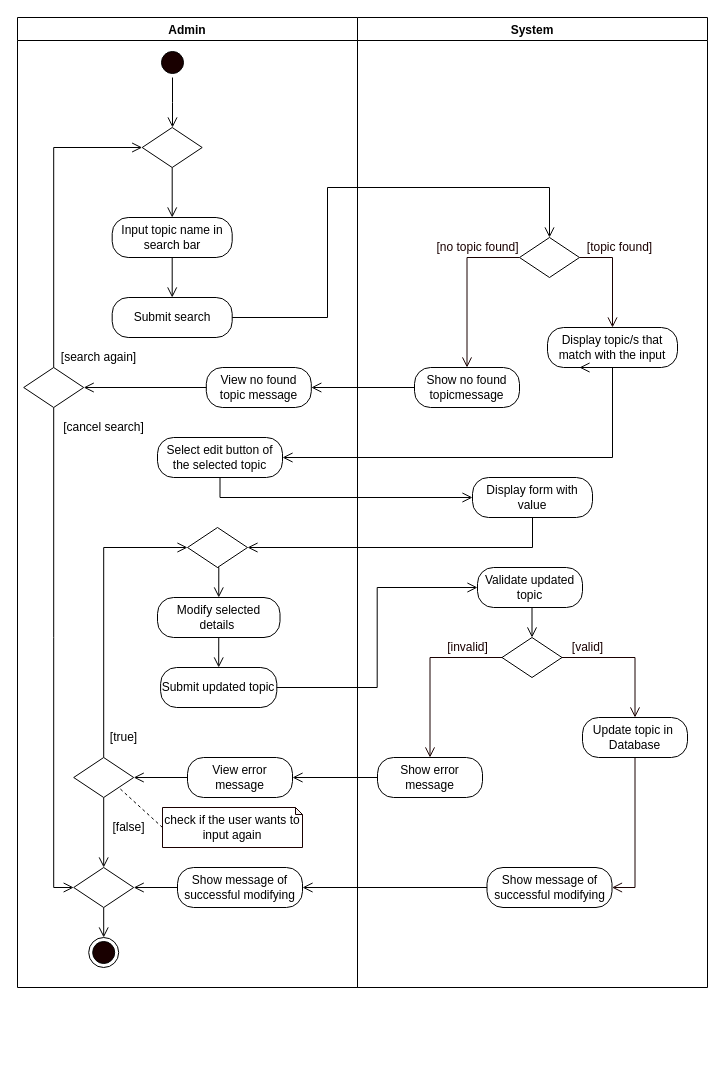
mrklglsn/CAPSTONE-FILES keeps this draw.io diagram as page "Edit Topic" (5 of 12) of REVISIONS/UML-DIAGRAMS/6-28-2021/ACTIVITY DIAGRAM/ACTIVITY DIAGRAM2.drawio. Above is the earlier version. Source tidied: cells renumbered, new cells numbered last; positions are measured from the earlier drawing's top-left corner, leaving out a move shared by most shapes. Both pictures are drawn from the tidied source at 100%, with x=0, y=0 at pixel (17, 17).
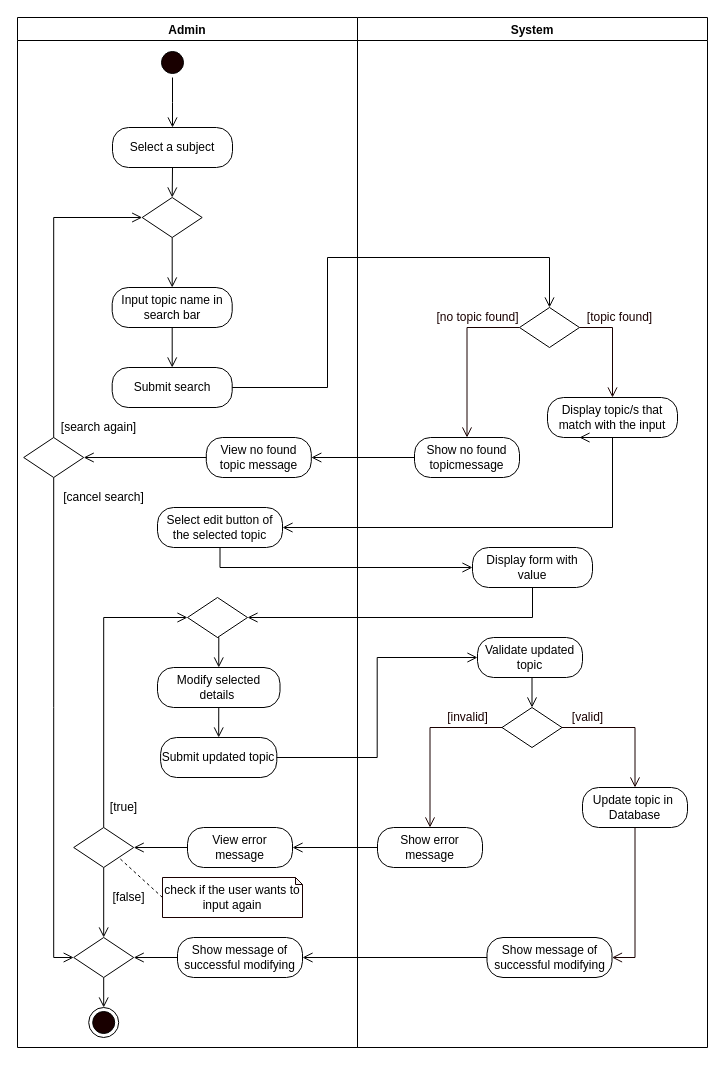
After the change.

Diff of the diagram source:
```diff
@@
     <mxCell id="2" value="Admin" style="swimlane;startSize=23;" parent="1" vertex="1">
-      <mxGeometry width="340" height="970" as="geometry" />
+      <mxGeometry width="340" height="1030" as="geometry" />
     </mxCell>
@@
     <mxCell id="6" value="Modify selected details&amp;nbsp;" style="rounded=1;whiteSpace=wrap;html=1;arcSize=40;" parent="2" vertex="1">
-      <mxGeometry x="140" y="580" width="122.5" height="40" as="geometry" />
+      <mxGeometry x="140" y="650" width="122.5" height="40" as="geometry" />
     </mxCell>
     <mxCell id="7" value="Submit updated topic" style="rounded=1;whiteSpace=wrap;html=1;arcSize=40;" parent="2" vertex="1">
-      <mxGeometry x="143.1" y="650" width="116.2" height="40" as="geometry" />
+      <mxGeometry x="143.1" y="720" width="116.2" height="40" as="geometry" />
     </mxCell>
@@
     <mxCell id="9" style="rhombus;whiteSpace=wrap;html=1;" parent="2" vertex="1">
-      <mxGeometry x="170" y="510" width="60" height="40" as="geometry" />
+      <mxGeometry x="170" y="580" width="60" height="40" as="geometry" />
     </mxCell>
@@
     <mxCell id="12" style="rhombus;whiteSpace=wrap;html=1;" parent="2" vertex="1">
-      <mxGeometry x="56.2" y="740" width="60" height="40" as="geometry" />
+      <mxGeometry x="56.2" y="810" width="60" height="40" as="geometry" />
     </mxCell>
     <mxCell id="13" value="[true]" style="text;html=1;align=center;verticalAlign=middle;strokeColor=none;" parent="2" vertex="1">
-      <mxGeometry x="86.2" y="710" width="40" height="20" as="geometry" />
+      <mxGeometry x="86.2" y="780" width="40" height="20" as="geometry" />
     </mxCell>
@@
     <mxCell id="15" value="check if the user wants to input again" style="shape=note;whiteSpace=wrap;html=1;backgroundOutline=1;darkOpacity=0.05;strokeColor=#190000;size=7;" parent="2" vertex="1">
-      <mxGeometry x="145" y="790" width="140" height="40" as="geometry" />
+      <mxGeometry x="145" y="860" width="140" height="40" as="geometry" />
     </mxCell>
     <mxCell id="16" value="[false]" style="text;html=1;align=center;verticalAlign=middle;strokeColor=none;" parent="2" vertex="1">
-      <mxGeometry x="86.2" y="800" width="50" height="20" as="geometry" />
+      <mxGeometry x="86.2" y="870" width="50" height="20" as="geometry" />
     </mxCell>
     <mxCell id="17" style="ellipse;html=1;shape=endState;fillColor=#190000;" parent="2" vertex="1">
-      <mxGeometry x="71.2" y="920" width="30" height="30" as="geometry" />
+      <mxGeometry x="71.2" y="990" width="30" height="30" as="geometry" />
     </mxCell>
@@
     <mxCell id="19" value="View error message" style="rounded=1;whiteSpace=wrap;html=1;arcSize=40;" parent="2" vertex="1">
-      <mxGeometry x="170" y="740" width="105" height="40" as="geometry" />
+      <mxGeometry x="170" y="810" width="105" height="40" as="geometry" />
     </mxCell>
@@
     <mxCell id="21" value="Show message of successful modifying" style="rounded=1;whiteSpace=wrap;html=1;arcSize=40;" parent="2" vertex="1">
-      <mxGeometry x="160" y="850" width="125" height="40" as="geometry" />
+      <mxGeometry x="160" y="920" width="125" height="40" as="geometry" />
     </mxCell>
@@
     <mxCell id="23" style="rhombus;whiteSpace=wrap;html=1;" parent="2" vertex="1">
-      <mxGeometry x="56.2" y="850" width="60" height="40" as="geometry" />
+      <mxGeometry x="56.2" y="920" width="60" height="40" as="geometry" />
     </mxCell>
     <mxCell id="24" value="Select edit button of the selected topic" style="rounded=1;whiteSpace=wrap;html=1;arcSize=40;" parent="2" vertex="1">
-      <mxGeometry x="140" y="420" width="125" height="40" as="geometry" />
+      <mxGeometry x="140" y="490" width="125" height="40" as="geometry" />
     </mxCell>
     <mxCell id="25" value="Submit search" style="rounded=1;whiteSpace=wrap;html=1;arcSize=40;" parent="2" vertex="1">
-      <mxGeometry x="94.7" y="280" width="120" height="40" as="geometry" />
+      <mxGeometry x="94.7" y="350" width="120" height="40" as="geometry" />
     </mxCell>
     <mxCell id="26" value="[search again]" style="text;html=1;align=center;verticalAlign=middle;strokeColor=none;rotation=0;" parent="2" vertex="1">
-      <mxGeometry x="36.2" y="330" width="90" height="20" as="geometry" />
+      <mxGeometry x="36.2" y="400" width="90" height="20" as="geometry" />
     </mxCell>
     <mxCell id="27" value="[cancel search]" style="text;html=1;align=center;verticalAlign=middle;strokeColor=none;rotation=0;" parent="2" vertex="1">
-      <mxGeometry x="36.2" y="400" width="100" height="20" as="geometry" />
+      <mxGeometry x="36.2" y="470" width="100" height="20" as="geometry" />
     </mxCell>
     <mxCell id="28" value="View no found topic message" style="rounded=1;whiteSpace=wrap;html=1;arcSize=40;" parent="2" vertex="1">
-      <mxGeometry x="188.8" y="350" width="105" height="40" as="geometry" />
+      <mxGeometry x="188.8" y="420" width="105" height="40" as="geometry" />
     </mxCell>
@@
     <mxCell id="30" style="rhombus;whiteSpace=wrap;html=1;" parent="2" vertex="1">
-      <mxGeometry x="6.2" y="350" width="60" height="40" as="geometry" />
+      <mxGeometry x="6.2" y="420" width="60" height="40" as="geometry" />
     </mxCell>
@@
-    <mxCell id="32" value="System" style="swimlane;" parent="1" vertex="1">
-      <mxGeometry x="340" width="350" height="970" as="geometry" />
-    </mxCell>
-    <mxCell id="33" value="Validate updated topic" style="rounded=1;whiteSpace=wrap;html=1;arcSize=40;" parent="32" vertex="1">
-      <mxGeometry x="120" y="550" width="105" height="40" as="geometry" />
+    <mxCell id="33" value="Validate updated topic" style="rounded=1;whiteSpace=wrap;html=1;arcSize=40;" parent="2" vertex="1">
+      <mxGeometry x="460" y="620" width="105" height="40" as="geometry" />
     </mxCell>
-    <mxCell id="34" style="rhombus;whiteSpace=wrap;html=1;" parent="32" vertex="1">
-      <mxGeometry x="144.5" y="620" width="60" height="40" as="geometry" />
+    <mxCell id="34" style="rhombus;whiteSpace=wrap;html=1;" parent="2" vertex="1">
+      <mxGeometry x="484.5" y="690" width="60" height="40" as="geometry" />
     </mxCell>
-    <mxCell id="35" style="edgeStyle=orthogonalEdgeStyle;rounded=0;jettySize=auto;html=1;exitX=0.5;exitY=1;exitDx=0;exitDy=0;entryX=0.5;entryY=0;entryDx=0;entryDy=0;endArrow=open;endFill=0;endSize=8;" parent="32" edge="1" source="33" target="34">
+    <mxCell id="35" style="edgeStyle=orthogonalEdgeStyle;rounded=0;jettySize=auto;html=1;exitX=0.5;exitY=1;exitDx=0;exitDy=0;entryX=0.5;entryY=0;entryDx=0;entryDy=0;endArrow=open;endFill=0;endSize=8;" parent="2" edge="1" source="33" target="34">
       <mxGeometry relative="1" as="geometry" />
     </mxCell>
-    <mxCell id="36" value="&lt;font color=&quot;#190000&quot;&gt;[valid]&lt;/font&gt;" style="text;html=1;align=center;verticalAlign=middle;strokeColor=none;fontColor=#FFFFFF;" parent="32" vertex="1">
-      <mxGeometry x="204.5" y="620" width="50" height="20" as="geometry" />
+    <mxCell id="36" value="&lt;font color=&quot;#190000&quot;&gt;[valid]&lt;/font&gt;" style="text;html=1;align=center;verticalAlign=middle;strokeColor=none;fontColor=#FFFFFF;" parent="2" vertex="1">
+      <mxGeometry x="544.5" y="690" width="50" height="20" as="geometry" />
     </mxCell>
-    <mxCell id="37" value="&lt;font color=&quot;#190000&quot;&gt;[invalid]&lt;/font&gt;" style="text;html=1;align=center;verticalAlign=middle;strokeColor=none;fontColor=#FFFFFF;" parent="32" vertex="1">
-      <mxGeometry x="80" y="620" width="60" height="20" as="geometry" />
+    <mxCell id="37" value="&lt;font color=&quot;#190000&quot;&gt;[invalid]&lt;/font&gt;" style="text;html=1;align=center;verticalAlign=middle;strokeColor=none;fontColor=#FFFFFF;" parent="2" vertex="1">
+      <mxGeometry x="420" y="690" width="60" height="20" as="geometry" />
     </mxCell>
-    <mxCell id="38" value="Show error message" style="rounded=1;whiteSpace=wrap;html=1;arcSize=40;" parent="32" vertex="1">
-      <mxGeometry x="20" y="740" width="105" height="40" as="geometry" />
+    <mxCell id="38" value="Show error message" style="rounded=1;whiteSpace=wrap;html=1;arcSize=40;" parent="2" vertex="1">
+      <mxGeometry x="360" y="810" width="105" height="40" as="geometry" />
     </mxCell>
-    <mxCell id="39" style="edgeStyle=orthogonalEdgeStyle;rounded=0;jettySize=auto;html=1;exitX=0.5;exitY=1;exitDx=0;exitDy=0;entryX=1;entryY=0.5;entryDx=0;entryDy=0;fontColor=#FFFFFF;endArrow=open;endFill=0;endSize=8;strokeColor=#190000;" parent="32" edge="1" source="40" target="43">
-      <mxGeometry relative="1" as="geometry" />
-    </mxCell>
-    <mxCell id="40" value="Update topic in&amp;nbsp; Database" style="rounded=1;whiteSpace=wrap;html=1;arcSize=40;" parent="32" vertex="1">
-      <mxGeometry x="225" y="700" width="105" height="40" as="geometry" />
+    <mxCell id="40" value="Update topic in&amp;nbsp; Database" style="rounded=1;whiteSpace=wrap;html=1;arcSize=40;" parent="2" vertex="1">
+      <mxGeometry x="565" y="770" width="105" height="40" as="geometry" />
     </mxCell>
-    <mxCell id="41" style="edgeStyle=orthogonalEdgeStyle;rounded=0;jettySize=auto;html=1;exitX=0;exitY=0.5;exitDx=0;exitDy=0;fontColor=#FFFFFF;endArrow=open;endFill=0;endSize=8;strokeColor=#190000;entryX=0.5;entryY=0;entryDx=0;entryDy=0;" parent="32" edge="1" source="34" target="38">
+    <mxCell id="41" style="edgeStyle=orthogonalEdgeStyle;rounded=0;jettySize=auto;html=1;exitX=0;exitY=0.5;exitDx=0;exitDy=0;fontColor=#FFFFFF;endArrow=open;endFill=0;endSize=8;strokeColor=#190000;entryX=0.5;entryY=0;entryDx=0;entryDy=0;" parent="2" edge="1" source="34" target="38">
       <mxGeometry relative="1" as="geometry" />
     </mxCell>
-    <mxCell id="42" style="edgeStyle=orthogonalEdgeStyle;rounded=0;jettySize=auto;html=1;exitX=1;exitY=0.5;exitDx=0;exitDy=0;fontColor=#FFFFFF;endArrow=open;endFill=0;endSize=8;strokeColor=#190000;entryX=0.5;entryY=0;entryDx=0;entryDy=0;" parent="32" edge="1" source="34" target="40">
+    <mxCell id="42" style="edgeStyle=orthogonalEdgeStyle;rounded=0;jettySize=auto;html=1;exitX=1;exitY=0.5;exitDx=0;exitDy=0;fontColor=#FFFFFF;endArrow=open;endFill=0;endSize=8;strokeColor=#190000;entryX=0.5;entryY=0;entryDx=0;entryDy=0;" parent="2" edge="1" source="34" target="40">
       <mxGeometry relative="1" as="geometry" />
     </mxCell>
-    <mxCell id="43" value="Show message of successful modifying" style="rounded=1;whiteSpace=wrap;html=1;arcSize=40;" parent="32" vertex="1">
-      <mxGeometry x="129.5" y="850" width="125" height="40" as="geometry" />
+    <mxCell id="43" value="Show message of successful modifying" style="rounded=1;whiteSpace=wrap;html=1;arcSize=40;" parent="2" vertex="1">
+      <mxGeometry x="469.5" y="920" width="125" height="40" as="geometry" />
     </mxCell>
-    <mxCell id="44" value="Display form with value" style="rounded=1;whiteSpace=wrap;html=1;arcSize=40;" parent="32" vertex="1">
-      <mxGeometry x="115" y="460" width="120" height="40" as="geometry" />
+    <mxCell id="44" value="Display form with value" style="rounded=1;whiteSpace=wrap;html=1;arcSize=40;" parent="2" vertex="1">
+      <mxGeometry x="455" y="530" width="120" height="40" as="geometry" />
     </mxCell>
-    <mxCell id="45" value="Show no found topicmessage" style="rounded=1;whiteSpace=wrap;html=1;arcSize=40;" parent="32" vertex="1">
-      <mxGeometry x="57" y="350" width="105" height="40" as="geometry" />
+    <mxCell id="45" value="Show no found topicmessage" style="rounded=1;whiteSpace=wrap;html=1;arcSize=40;" parent="2" vertex="1">
+      <mxGeometry x="397" y="420" width="105" height="40" as="geometry" />
     </mxCell>
-    <mxCell id="46" style="rhombus;whiteSpace=wrap;html=1;" parent="32" vertex="1">
-      <mxGeometry x="162" y="220" width="60" height="40" as="geometry" />
+    <mxCell id="46" style="rhombus;whiteSpace=wrap;html=1;" parent="2" vertex="1">
+      <mxGeometry x="502" y="290" width="60" height="40" as="geometry" />
     </mxCell>
-    <mxCell id="47" value="&lt;font color=&quot;#190000&quot;&gt;[topic found]&lt;/font&gt;" style="text;html=1;align=center;verticalAlign=middle;strokeColor=none;fontColor=#FFFFFF;" parent="32" vertex="1">
-      <mxGeometry x="222" y="220" width="80" height="20" as="geometry" />
+    <mxCell id="47" value="&lt;font color=&quot;#190000&quot;&gt;[topic found]&lt;/font&gt;" style="text;html=1;align=center;verticalAlign=middle;strokeColor=none;fontColor=#FFFFFF;" parent="2" vertex="1">
+      <mxGeometry x="562" y="290" width="80" height="20" as="geometry" />
     </mxCell>
-    <mxCell id="48" value="&lt;font color=&quot;#190000&quot;&gt;[no topic found]&lt;/font&gt;" style="text;html=1;align=center;verticalAlign=middle;strokeColor=none;fontColor=#FFFFFF;" parent="32" vertex="1">
-      <mxGeometry x="69.5" y="220" width="100" height="20" as="geometry" />
+    <mxCell id="48" value="&lt;font color=&quot;#190000&quot;&gt;[no topic found]&lt;/font&gt;" style="text;html=1;align=center;verticalAlign=middle;strokeColor=none;fontColor=#FFFFFF;" parent="2" vertex="1">
+      <mxGeometry x="409.5" y="290" width="100" height="20" as="geometry" />
     </mxCell>
-    <mxCell id="49" style="edgeStyle=orthogonalEdgeStyle;rounded=0;jettySize=auto;html=1;exitX=0;exitY=0.5;exitDx=0;exitDy=0;fontColor=#FFFFFF;endArrow=open;endFill=0;endSize=8;strokeColor=#190000;entryX=0.5;entryY=0;entryDx=0;entryDy=0;" parent="32" edge="1" source="46" target="45">
+    <mxCell id="49" style="edgeStyle=orthogonalEdgeStyle;rounded=0;jettySize=auto;html=1;exitX=0;exitY=0.5;exitDx=0;exitDy=0;fontColor=#FFFFFF;endArrow=open;endFill=0;endSize=8;strokeColor=#190000;entryX=0.5;entryY=0;entryDx=0;entryDy=0;" parent="2" edge="1" source="46" target="45">
       <mxGeometry relative="1" as="geometry" />
     </mxCell>
-    <mxCell id="50" value="Display topic/s that match with the input" style="rounded=1;whiteSpace=wrap;html=1;arcSize=40;" parent="32" vertex="1">
-      <mxGeometry x="190" y="310" width="130" height="40" as="geometry" />
+    <mxCell id="50" value="Display topic/s that match with the input" style="rounded=1;whiteSpace=wrap;html=1;arcSize=40;" parent="2" vertex="1">
+      <mxGeometry x="530" y="380" width="130" height="40" as="geometry" />
     </mxCell>
-    <mxCell id="51" style="edgeStyle=orthogonalEdgeStyle;rounded=0;jettySize=auto;html=1;exitX=1;exitY=0.5;exitDx=0;exitDy=0;fontColor=#FFFFFF;endArrow=open;endFill=0;endSize=8;strokeColor=#190000;entryX=0.5;entryY=0;entryDx=0;entryDy=0;" parent="32" edge="1" source="46" target="50">
+    <mxCell id="51" style="edgeStyle=orthogonalEdgeStyle;rounded=0;jettySize=auto;html=1;exitX=1;exitY=0.5;exitDx=0;exitDy=0;fontColor=#FFFFFF;endArrow=open;endFill=0;endSize=8;strokeColor=#190000;entryX=0.5;entryY=0;entryDx=0;entryDy=0;" parent="2" edge="1" source="46" target="50">
       <mxGeometry relative="1" as="geometry" />
     </mxCell>
-    <mxCell id="52" style="edgeStyle=orthogonalEdgeStyle;rounded=0;jettySize=auto;html=1;exitX=0.5;exitY=1;exitDx=0;exitDy=0;endArrow=open;endFill=0;endSize=8;entryX=1;entryY=0.5;entryDx=0;entryDy=0;" parent="1" edge="1" source="44" target="9">
+    <mxCell id="52" style="edgeStyle=orthogonalEdgeStyle;rounded=0;jettySize=auto;html=1;exitX=0.5;exitY=1;exitDx=0;exitDy=0;endArrow=open;endFill=0;endSize=8;entryX=1;entryY=0.5;entryDx=0;entryDy=0;" parent="2" edge="1" source="44" target="9">
       <mxGeometry relative="1" as="geometry" />
     </mxCell>
-    <mxCell id="53" style="edgeStyle=orthogonalEdgeStyle;rounded=0;jettySize=auto;html=1;exitX=1;exitY=0.5;exitDx=0;exitDy=0;entryX=0;entryY=0.5;entryDx=0;entryDy=0;endArrow=open;endFill=0;endSize=8;" parent="1" edge="1" source="7" target="33">
+    <mxCell id="53" style="edgeStyle=orthogonalEdgeStyle;rounded=0;jettySize=auto;html=1;exitX=1;exitY=0.5;exitDx=0;exitDy=0;entryX=0;entryY=0.5;entryDx=0;entryDy=0;endArrow=open;endFill=0;endSize=8;" parent="2" edge="1" source="7" target="33">
       <mxGeometry relative="1" as="geometry" />
     </mxCell>
+    <mxCell id="39" style="edgeStyle=orthogonalEdgeStyle;rounded=0;jettySize=auto;html=1;exitX=0.5;exitY=1;exitDx=0;exitDy=0;entryX=1;entryY=0.5;entryDx=0;entryDy=0;fontColor=#FFFFFF;endArrow=open;endFill=0;endSize=8;strokeColor=#190000;" parent="2" edge="1" source="40" target="43">
+      <mxGeometry relative="1" as="geometry" />
+    </mxCell>
-    <mxCell id="54" style="edgeStyle=orthogonalEdgeStyle;rounded=0;jettySize=auto;html=1;exitX=0;exitY=0.5;exitDx=0;exitDy=0;entryX=1;entryY=0.5;entryDx=0;entryDy=0;endArrow=open;endFill=0;endSize=8;" parent="1" edge="1" source="38" target="19">
+    <mxCell id="54" style="edgeStyle=orthogonalEdgeStyle;rounded=0;jettySize=auto;html=1;exitX=0;exitY=0.5;exitDx=0;exitDy=0;entryX=1;entryY=0.5;entryDx=0;entryDy=0;endArrow=open;endFill=0;endSize=8;" parent="2" edge="1" source="38" target="19">
       <mxGeometry relative="1" as="geometry" />
     </mxCell>
-    <mxCell id="55" style="edgeStyle=orthogonalEdgeStyle;rounded=0;jettySize=auto;html=1;exitX=0;exitY=0.5;exitDx=0;exitDy=0;entryX=1;entryY=0.5;entryDx=0;entryDy=0;endArrow=open;endFill=0;endSize=8;" parent="1" edge="1" source="43" target="21">
+    <mxCell id="55" style="edgeStyle=orthogonalEdgeStyle;rounded=0;jettySize=auto;html=1;exitX=0;exitY=0.5;exitDx=0;exitDy=0;entryX=1;entryY=0.5;entryDx=0;entryDy=0;endArrow=open;endFill=0;endSize=8;" parent="2" edge="1" source="43" target="21">
       <mxGeometry relative="1" as="geometry" />
     </mxCell>
-    <mxCell id="56" style="edgeStyle=orthogonalEdgeStyle;rounded=0;jettySize=auto;html=1;exitX=0.5;exitY=1;exitDx=0;exitDy=0;endArrow=open;endFill=0;endSize=8;" parent="1" edge="1" source="57" target="25">
+    <mxCell id="56" style="edgeStyle=orthogonalEdgeStyle;rounded=0;jettySize=auto;html=1;exitX=0.5;exitY=1;exitDx=0;exitDy=0;endArrow=open;endFill=0;endSize=8;" parent="2" edge="1" source="57" target="25">
       <mxGeometry relative="1" as="geometry" />
     </mxCell>
-    <mxCell id="57" value="Input topic name in search bar" style="rounded=1;whiteSpace=wrap;html=1;arcSize=40;" parent="1" vertex="1">
-      <mxGeometry x="94.7" y="200" width="120" height="40" as="geometry" />
+    <mxCell id="57" value="Input topic name in search bar" style="rounded=1;whiteSpace=wrap;html=1;arcSize=40;" parent="2" vertex="1">
+      <mxGeometry x="94.7" y="270" width="120" height="40" as="geometry" />
     </mxCell>
-    <mxCell id="58" style="edgeStyle=orthogonalEdgeStyle;rounded=0;jettySize=auto;html=1;exitX=0.5;exitY=1;exitDx=0;exitDy=0;entryX=0.5;entryY=0;entryDx=0;entryDy=0;endArrow=open;endFill=0;endSize=8;" parent="1" edge="1" source="59" target="57">
+    <mxCell id="58" style="edgeStyle=orthogonalEdgeStyle;rounded=0;jettySize=auto;html=1;exitX=0.5;exitY=1;exitDx=0;exitDy=0;entryX=0.5;entryY=0;entryDx=0;entryDy=0;endArrow=open;endFill=0;endSize=8;" parent="2" edge="1" source="59" target="57">
       <mxGeometry relative="1" as="geometry" />
     </mxCell>
-    <mxCell id="59" style="rhombus;whiteSpace=wrap;html=1;" parent="1" vertex="1">
-      <mxGeometry x="124.7" y="110" width="60" height="40" as="geometry" />
+    <mxCell id="59" style="rhombus;whiteSpace=wrap;html=1;" parent="2" vertex="1">
+      <mxGeometry x="124.7" y="180" width="60" height="40" as="geometry" />
     </mxCell>
-    <mxCell id="60" style="edgeStyle=orthogonalEdgeStyle;rounded=0;jettySize=auto;html=1;exitX=0.5;exitY=1;exitDx=0;exitDy=0;entryX=0.5;entryY=0;entryDx=0;entryDy=0;endArrow=open;endFill=0;endSize=8;" parent="1" edge="1" source="50">
+    <mxCell id="60" style="edgeStyle=orthogonalEdgeStyle;rounded=0;jettySize=auto;html=1;exitX=0.5;exitY=1;exitDx=0;exitDy=0;entryX=0.5;entryY=0;entryDx=0;entryDy=0;endArrow=open;endFill=0;endSize=8;" parent="2" edge="1" source="50">
       <mxGeometry relative="1" as="geometry">
-        <mxPoint x="562" y="350" as="targetPoint" />
+        <mxPoint x="562" y="420" as="targetPoint" />
       </mxGeometry>
     </mxCell>
-    <mxCell id="61" style="edgeStyle=orthogonalEdgeStyle;rounded=0;jettySize=auto;html=1;exitX=0.5;exitY=0;exitDx=0;exitDy=0;entryX=0;entryY=0.5;entryDx=0;entryDy=0;endArrow=open;endFill=0;endSize=8;" parent="1" edge="1" source="30" target="59">
+    <mxCell id="61" style="edgeStyle=orthogonalEdgeStyle;rounded=0;jettySize=auto;html=1;exitX=0.5;exitY=0;exitDx=0;exitDy=0;entryX=0;entryY=0.5;entryDx=0;entryDy=0;endArrow=open;endFill=0;endSize=8;" parent="2" edge="1" source="30" target="59">
       <mxGeometry relative="1" as="geometry" />
     </mxCell>
-    <mxCell id="62" style="edgeStyle=orthogonalEdgeStyle;rounded=0;jettySize=auto;html=1;exitX=0.5;exitY=1;exitDx=0;exitDy=0;entryX=1;entryY=0.5;entryDx=0;entryDy=0;endArrow=open;endFill=0;endSize=8;" parent="1" edge="1" source="50" target="24">
+    <mxCell id="62" style="edgeStyle=orthogonalEdgeStyle;rounded=0;jettySize=auto;html=1;exitX=0.5;exitY=1;exitDx=0;exitDy=0;entryX=1;entryY=0.5;entryDx=0;entryDy=0;endArrow=open;endFill=0;endSize=8;" parent="2" edge="1" source="50" target="24">
       <mxGeometry relative="1" as="geometry" />
     </mxCell>
-    <mxCell id="63" style="edgeStyle=orthogonalEdgeStyle;rounded=0;jettySize=auto;html=1;exitX=1;exitY=0.5;exitDx=0;exitDy=0;endArrow=open;endFill=0;endSize=8;entryX=0.5;entryY=0;entryDx=0;entryDy=0;" parent="1" edge="1" source="25" target="46">
+    <mxCell id="63" style="edgeStyle=orthogonalEdgeStyle;rounded=0;jettySize=auto;html=1;exitX=1;exitY=0.5;exitDx=0;exitDy=0;endArrow=open;endFill=0;endSize=8;entryX=0.5;entryY=0;entryDx=0;entryDy=0;" parent="2" edge="1" source="25" target="46">
       <mxGeometry relative="1" as="geometry">
         <Array as="points">
-          <mxPoint x="310" y="300" />
-          <mxPoint x="310" y="170" />
-          <mxPoint x="532" y="170" />
+          <mxPoint x="310" y="370" />
+          <mxPoint x="310" y="240" />
+          <mxPoint x="532" y="240" />
         </Array>
       </mxGeometry>
     </mxCell>
-    <mxCell id="64" style="edgeStyle=orthogonalEdgeStyle;rounded=0;jettySize=auto;html=1;exitX=0;exitY=0.5;exitDx=0;exitDy=0;entryX=1;entryY=0.5;entryDx=0;entryDy=0;endArrow=open;endFill=0;endSize=8;" parent="1" edge="1" source="45" target="28">
+    <mxCell id="64" style="edgeStyle=orthogonalEdgeStyle;rounded=0;jettySize=auto;html=1;exitX=0;exitY=0.5;exitDx=0;exitDy=0;entryX=1;entryY=0.5;entryDx=0;entryDy=0;endArrow=open;endFill=0;endSize=8;" parent="2" edge="1" source="45" target="28">
       <mxGeometry relative="1" as="geometry" />
     </mxCell>
-    <mxCell id="65" style="edgeStyle=orthogonalEdgeStyle;rounded=0;jettySize=auto;html=1;exitX=0.5;exitY=1;exitDx=0;exitDy=0;entryX=0;entryY=0.5;entryDx=0;entryDy=0;endArrow=open;endFill=0;endSize=8;" parent="1" edge="1" source="24" target="44">
+    <mxCell id="65" style="edgeStyle=orthogonalEdgeStyle;rounded=0;jettySize=auto;html=1;exitX=0.5;exitY=1;exitDx=0;exitDy=0;entryX=0;entryY=0.5;entryDx=0;entryDy=0;endArrow=open;endFill=0;endSize=8;" parent="2" edge="1" source="24" target="44">
       <mxGeometry relative="1" as="geometry" />
     </mxCell>
+    <mxCell id="66" style="edgeStyle=orthogonalEdgeStyle;rounded=0;jettySize=auto;html=1;exitX=0.5;exitY=1;exitDx=0;exitDy=0;entryX=0.5;entryY=0;entryDx=0;entryDy=0;endArrow=open;endFill=0;endSize=8;" parent="2" edge="1" source="67" target="59">
+      <mxGeometry relative="1" as="geometry" />
+    </mxCell>
+    <mxCell id="67" value="Select a subject" style="rounded=1;whiteSpace=wrap;html=1;arcSize=40;" parent="2" vertex="1">
+      <mxGeometry x="95" y="110" width="120" height="40" as="geometry" />
+    </mxCell>
+    <mxCell id="32" value="System" style="swimlane;" parent="1" vertex="1">
+      <mxGeometry x="340" width="350" height="1030" as="geometry" />
+    </mxCell>
```
